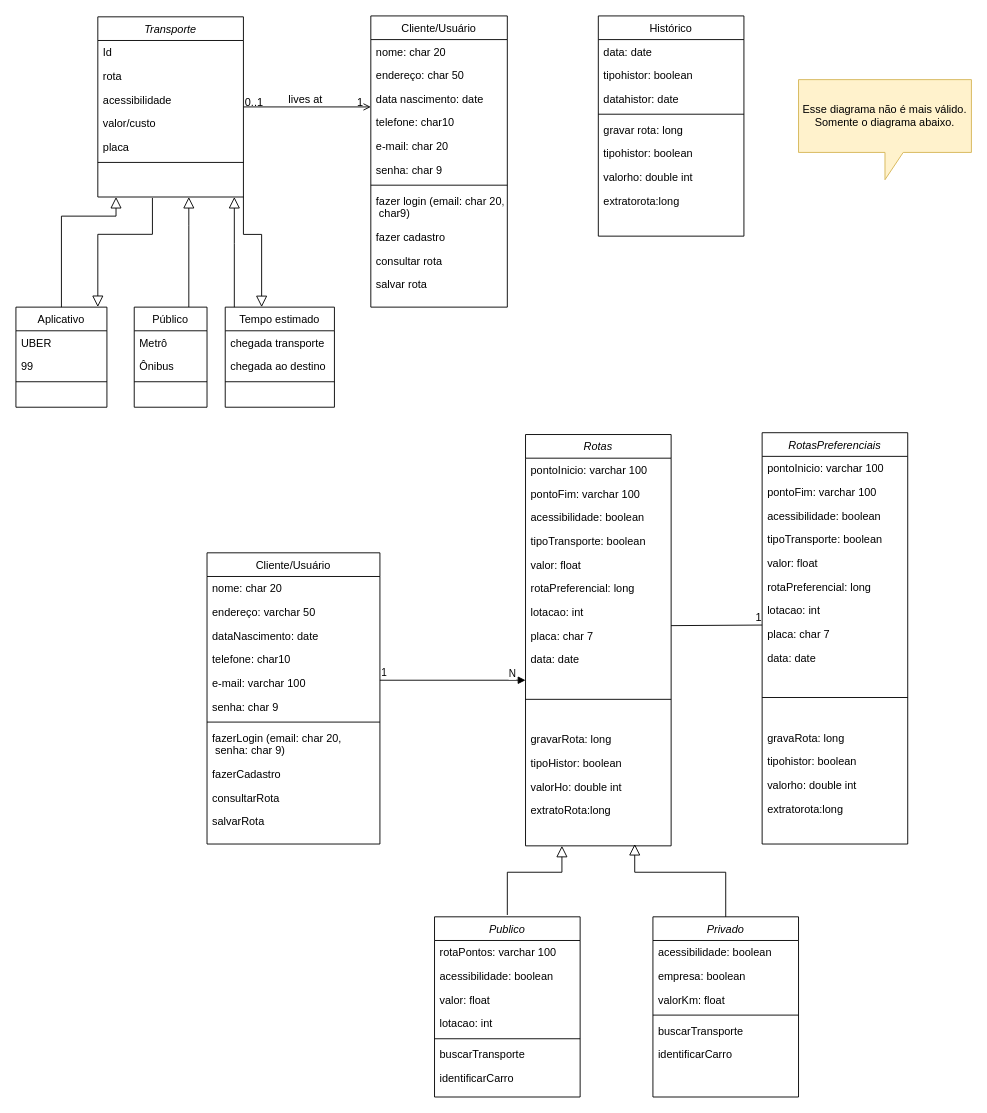
This is Diagrama de Classe - moovifast.drawio from appmoovifast/Documentacao, a draw.io file, before an edit. Source tidied: cells renumbered, new cells numbered last; positions are measured from the earlier drawing's top-left corner, leaving out a move shared by most shapes. Both pictures are drawn from the tidied source at 91%, with x=0, y=0 at pixel (15, 15).
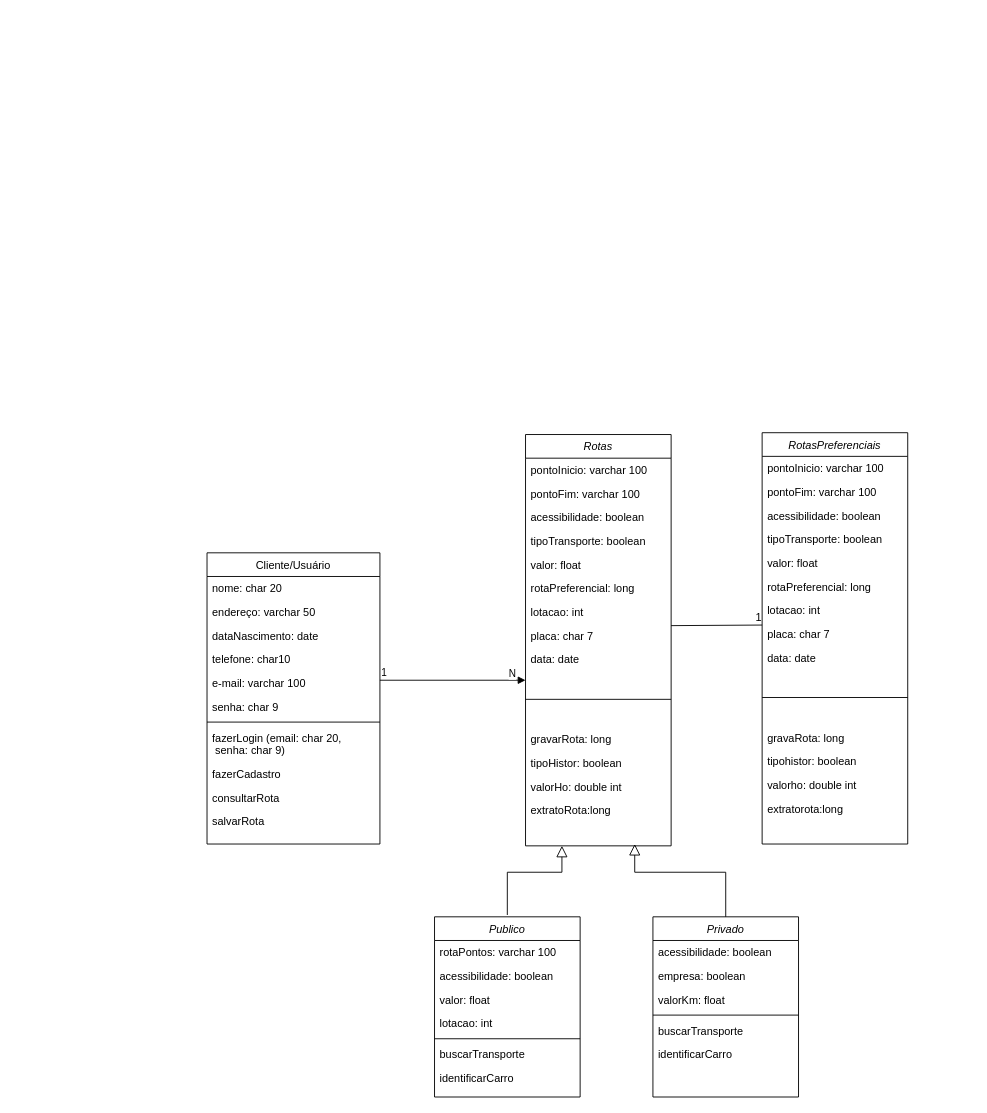
The same page after the edit.

Diff of the diagram source:
```diff
@@
-    <mxCell id="2" value="Transporte" style="swimlane;fontStyle=2;align=center;verticalAlign=top;horizontal=1;startSize=26;rounded=0;shadow=0;strokeWidth=1;" parent="1" vertex="1">
-      <mxGeometry x="90" y="1" width="160" height="198" as="geometry" />
-    </mxCell>
-    <mxCell id="3" value="Id" style="text;align=left;verticalAlign=top;spacingLeft=4;spacingRight=4;overflow=hidden;" parent="2" vertex="1">
-      <mxGeometry y="26" width="160" height="26" as="geometry" />
-    </mxCell>
-    <mxCell id="4" value="rota" style="text;align=left;verticalAlign=top;spacingLeft=4;spacingRight=4;overflow=hidden;rounded=0;shadow=0;html=0;" parent="2" vertex="1">
-      <mxGeometry y="52" width="160" height="26" as="geometry" />
-    </mxCell>
-    <mxCell id="5" value="acessibilidade" style="text;align=left;verticalAlign=top;spacingLeft=4;spacingRight=4;overflow=hidden;rounded=0;shadow=0;html=0;" parent="2" vertex="1">
-      <mxGeometry y="78" width="160" height="26" as="geometry" />
-    </mxCell>
-    <mxCell id="6" value="valor/custo" style="text;align=left;verticalAlign=top;spacingLeft=4;spacingRight=4;overflow=hidden;rounded=0;shadow=0;html=0;" parent="2" vertex="1">
-      <mxGeometry y="104" width="160" height="26" as="geometry" />
-    </mxCell>
-    <mxCell id="7" value="placa" style="text;align=left;verticalAlign=top;spacingLeft=4;spacingRight=4;overflow=hidden;rounded=0;shadow=0;html=0;" parent="2" vertex="1">
-      <mxGeometry y="130" width="160" height="26" as="geometry" />
-    </mxCell>
-    <mxCell id="8" style="line;html=1;strokeWidth=1;align=left;verticalAlign=middle;spacingTop=-1;spacingLeft=3;spacingRight=3;labelPosition=right;" parent="2" vertex="1">
-      <mxGeometry y="156" width="160" height="8" as="geometry" />
-    </mxCell>
-    <mxCell id="9" value="Aplicativo" style="swimlane;fontStyle=0;align=center;verticalAlign=top;horizontal=1;startSize=26;rounded=0;shadow=0;strokeWidth=1;" parent="1" vertex="1">
-      <mxGeometry y="320" width="100" height="110" as="geometry" />
-    </mxCell>
-    <mxCell id="10" value="UBER" style="text;align=left;verticalAlign=top;spacingLeft=4;spacingRight=4;overflow=hidden;" parent="9" vertex="1">
-      <mxGeometry y="26" width="100" height="26" as="geometry" />
-    </mxCell>
-    <mxCell id="11" value="99" style="text;align=left;verticalAlign=top;spacingLeft=4;spacingRight=4;overflow=hidden;rounded=0;shadow=0;html=0;" parent="9" vertex="1">
-      <mxGeometry y="52" width="100" height="26" as="geometry" />
-    </mxCell>
-    <mxCell id="12" style="line;html=1;strokeWidth=1;align=left;verticalAlign=middle;spacingTop=-1;spacingLeft=3;spacingRight=3;labelPosition=right;" parent="9" vertex="1">
-      <mxGeometry y="78" width="100" height="8" as="geometry" />
-    </mxCell>
-    <mxCell id="13" style="endArrow=block;endSize=10;endFill=0;shadow=0;strokeWidth=1;rounded=0;edgeStyle=elbowEdgeStyle;elbow=vertical;" parent="1" edge="1" source="9" target="2">
-      <mxGeometry relative="1" as="geometry">
-        <Array as="points">
-          <mxPoint x="110" y="220" />
-          <mxPoint x="120" y="230" />
-        </Array>
-      </mxGeometry>
-    </mxCell>
-    <mxCell id="14" value="Cliente/Usuário" style="swimlane;fontStyle=0;align=center;verticalAlign=top;horizontal=1;startSize=26;rounded=0;shadow=0;strokeWidth=1;" parent="1" vertex="1">
-      <mxGeometry x="390" width="150" height="320" as="geometry" />
-    </mxCell>
-    <mxCell id="15" value="nome: char 20" style="text;align=left;verticalAlign=top;spacingLeft=4;spacingRight=4;overflow=hidden;" parent="14" vertex="1">
-      <mxGeometry y="26" width="150" height="26" as="geometry" />
-    </mxCell>
-    <mxCell id="16" value="endereço: char 50" style="text;align=left;verticalAlign=top;spacingLeft=4;spacingRight=4;overflow=hidden;rounded=0;shadow=0;html=0;" parent="14" vertex="1">
-      <mxGeometry y="52" width="150" height="26" as="geometry" />
-    </mxCell>
-    <mxCell id="17" value="data nascimento: date" style="text;align=left;verticalAlign=top;spacingLeft=4;spacingRight=4;overflow=hidden;rounded=0;shadow=0;html=0;" parent="14" vertex="1">
-      <mxGeometry y="78" width="150" height="26" as="geometry" />
-    </mxCell>
-    <mxCell id="18" value="telefone: char10" style="text;align=left;verticalAlign=top;spacingLeft=4;spacingRight=4;overflow=hidden;rounded=0;shadow=0;html=0;" parent="14" vertex="1">
-      <mxGeometry y="104" width="150" height="26" as="geometry" />
-    </mxCell>
-    <mxCell id="19" value="e-mail: char 20" style="text;align=left;verticalAlign=top;spacingLeft=4;spacingRight=4;overflow=hidden;rounded=0;shadow=0;html=0;" parent="14" vertex="1">
-      <mxGeometry y="130" width="150" height="26" as="geometry" />
-    </mxCell>
-    <mxCell id="20" value="senha: char 9" style="text;align=left;verticalAlign=top;spacingLeft=4;spacingRight=4;overflow=hidden;rounded=0;shadow=0;html=0;" parent="14" vertex="1">
-      <mxGeometry y="156" width="150" height="26" as="geometry" />
-    </mxCell>
-    <mxCell id="21" style="line;html=1;strokeWidth=1;align=left;verticalAlign=middle;spacingTop=-1;spacingLeft=3;spacingRight=3;labelPosition=right;" parent="14" vertex="1">
-      <mxGeometry y="182" width="150" height="8" as="geometry" />
-    </mxCell>
-    <mxCell id="22" value="fazer login (email: char 20,&#10; char9)" style="text;align=left;verticalAlign=top;spacingLeft=4;spacingRight=4;overflow=hidden;" parent="14" vertex="1">
-      <mxGeometry y="190" width="150" height="40" as="geometry" />
-    </mxCell>
-    <mxCell id="23" value="fazer cadastro" style="text;align=left;verticalAlign=top;spacingLeft=4;spacingRight=4;overflow=hidden;" parent="14" vertex="1">
-      <mxGeometry y="230" width="150" height="26" as="geometry" />
-    </mxCell>
-    <mxCell id="24" value="consultar rota" style="text;align=left;verticalAlign=top;spacingLeft=4;spacingRight=4;overflow=hidden;" parent="14" vertex="1">
-      <mxGeometry y="256" width="150" height="26" as="geometry" />
-    </mxCell>
-    <mxCell id="25" value="salvar rota" style="text;align=left;verticalAlign=top;spacingLeft=4;spacingRight=4;overflow=hidden;" parent="14" vertex="1">
-      <mxGeometry y="282" width="150" height="26" as="geometry" />
-    </mxCell>
-    <mxCell id="26" style="endArrow=open;shadow=0;strokeWidth=1;rounded=0;endFill=1;edgeStyle=elbowEdgeStyle;elbow=vertical;" parent="1" edge="1" source="2" target="14">
-      <mxGeometry x="0.5" y="41" relative="1" as="geometry">
-        <mxPoint x="-40" y="32" as="offset" />
-      </mxGeometry>
-    </mxCell>
-    <mxCell id="27" value="0..1" style="align=left;verticalAlign=bottom;labelBackgroundColor=none;fontSize=12;" parent="26" vertex="1">
-      <mxGeometry x="-1" relative="1" as="geometry">
-        <mxPoint y="4" as="offset" />
-      </mxGeometry>
-    </mxCell>
-    <mxCell id="28" value="1" style="align=right;verticalAlign=bottom;labelBackgroundColor=none;fontSize=12;" parent="26" vertex="1">
-      <mxGeometry x="1" relative="1" as="geometry">
-        <mxPoint x="-7" y="4" as="offset" />
-      </mxGeometry>
-    </mxCell>
-    <mxCell id="29" value="lives at" style="text;html=1;align=center;verticalAlign=middle;labelBackgroundColor=none;rounded=0;shadow=0;strokeWidth=1;fontSize=12;" parent="26" vertex="1">
-      <mxGeometry x="0.5" y="49" relative="1" as="geometry">
-        <mxPoint x="-38" y="40" as="offset" />
-      </mxGeometry>
-    </mxCell>
-    <mxCell id="30" value="Histórico" style="swimlane;fontStyle=0;align=center;verticalAlign=top;horizontal=1;startSize=26;rounded=0;shadow=0;strokeWidth=1;" parent="1" vertex="1">
-      <mxGeometry x="640" width="160" height="242" as="geometry" />
-    </mxCell>
-    <mxCell id="31" value="data: date" style="text;align=left;verticalAlign=top;spacingLeft=4;spacingRight=4;overflow=hidden;" parent="30" vertex="1">
-      <mxGeometry y="26" width="160" height="26" as="geometry" />
-    </mxCell>
-    <mxCell id="32" value="tipohistor: boolean" style="text;align=left;verticalAlign=top;spacingLeft=4;spacingRight=4;overflow=hidden;rounded=0;shadow=0;html=0;" parent="30" vertex="1">
-      <mxGeometry y="52" width="160" height="26" as="geometry" />
-    </mxCell>
-    <mxCell id="33" value="datahistor: date" style="text;align=left;verticalAlign=top;spacingLeft=4;spacingRight=4;overflow=hidden;rounded=0;shadow=0;html=0;" parent="30" vertex="1">
-      <mxGeometry y="78" width="160" height="26" as="geometry" />
-    </mxCell>
-    <mxCell id="34" style="line;html=1;strokeWidth=1;align=left;verticalAlign=middle;spacingTop=-1;spacingLeft=3;spacingRight=3;labelPosition=right;" parent="30" vertex="1">
-      <mxGeometry y="104" width="160" height="8" as="geometry" />
-    </mxCell>
-    <mxCell id="35" value="gravar rota: long" style="text;align=left;verticalAlign=top;spacingLeft=4;spacingRight=4;overflow=hidden;" parent="30" vertex="1">
-      <mxGeometry y="112" width="160" height="26" as="geometry" />
-    </mxCell>
-    <mxCell id="36" value="tipohistor: boolean" style="text;align=left;verticalAlign=top;spacingLeft=4;spacingRight=4;overflow=hidden;" parent="30" vertex="1">
-      <mxGeometry y="138" width="160" height="26" as="geometry" />
-    </mxCell>
-    <mxCell id="37" value="valorho: double int" style="text;align=left;verticalAlign=top;spacingLeft=4;spacingRight=4;overflow=hidden;" parent="30" vertex="1">
-      <mxGeometry y="164" width="160" height="26" as="geometry" />
-    </mxCell>
-    <mxCell id="38" value="extratorota:long" style="text;align=left;verticalAlign=top;spacingLeft=4;spacingRight=4;overflow=hidden;" parent="30" vertex="1">
-      <mxGeometry y="190" width="160" height="26" as="geometry" />
-    </mxCell>
-    <mxCell id="39" style="endArrow=block;endSize=10;endFill=0;shadow=0;strokeWidth=1;rounded=0;edgeStyle=elbowEdgeStyle;elbow=vertical;" parent="1" edge="1">
-      <mxGeometry relative="1" as="geometry">
-        <mxPoint x="190" y="320" as="sourcePoint" />
-        <mxPoint x="190" y="199" as="targetPoint" />
-        <Array as="points">
-          <mxPoint x="190" y="230" />
-        </Array>
-      </mxGeometry>
-    </mxCell>
-    <mxCell id="40" value="Público" style="swimlane;fontStyle=0;align=center;verticalAlign=top;horizontal=1;startSize=26;rounded=0;shadow=0;strokeWidth=1;" parent="1" vertex="1">
-      <mxGeometry x="130" y="320" width="80" height="110" as="geometry" />
-    </mxCell>
-    <mxCell id="41" value="Metrô" style="text;align=left;verticalAlign=top;spacingLeft=4;spacingRight=4;overflow=hidden;" parent="40" vertex="1">
-      <mxGeometry y="26" width="80" height="26" as="geometry" />
-    </mxCell>
-    <mxCell id="42" value="Ônibus" style="text;align=left;verticalAlign=top;spacingLeft=4;spacingRight=4;overflow=hidden;rounded=0;shadow=0;html=0;" parent="40" vertex="1">
-      <mxGeometry y="52" width="80" height="26" as="geometry" />
-    </mxCell>
-    <mxCell id="43" style="line;html=1;strokeWidth=1;align=left;verticalAlign=middle;spacingTop=-1;spacingLeft=3;spacingRight=3;labelPosition=right;" parent="40" vertex="1">
-      <mxGeometry y="78" width="80" height="8" as="geometry" />
-    </mxCell>
-    <mxCell id="44" style="endArrow=block;endSize=10;endFill=0;shadow=0;strokeWidth=1;rounded=0;edgeStyle=elbowEdgeStyle;elbow=vertical;entryX=0.9;entryY=-0.001;entryDx=0;entryDy=0;entryPerimeter=0;" parent="1" edge="1" target="9">
-      <mxGeometry relative="1" as="geometry">
-        <mxPoint x="150" y="200" as="sourcePoint" />
-        <Array as="points">
-          <mxPoint x="130" y="240" />
-        </Array>
-      </mxGeometry>
-    </mxCell>
-    <mxCell id="45" value="Tempo estimado" style="swimlane;fontStyle=0;align=center;verticalAlign=top;horizontal=1;startSize=26;rounded=0;shadow=0;strokeWidth=1;" parent="1" vertex="1">
-      <mxGeometry x="230" y="320" width="120" height="110" as="geometry" />
-    </mxCell>
-    <mxCell id="46" value="chegada transporte" style="text;align=left;verticalAlign=top;spacingLeft=4;spacingRight=4;overflow=hidden;" parent="45" vertex="1">
-      <mxGeometry y="26" width="120" height="26" as="geometry" />
-    </mxCell>
-    <mxCell id="47" value="chegada ao destino" style="text;align=left;verticalAlign=top;spacingLeft=4;spacingRight=4;overflow=hidden;rounded=0;shadow=0;html=0;" parent="45" vertex="1">
-      <mxGeometry y="52" width="120" height="26" as="geometry" />
-    </mxCell>
-    <mxCell id="48" style="line;html=1;strokeWidth=1;align=left;verticalAlign=middle;spacingTop=-1;spacingLeft=3;spacingRight=3;labelPosition=right;" parent="45" vertex="1">
-      <mxGeometry y="78" width="120" height="8" as="geometry" />
-    </mxCell>
-    <mxCell id="49" style="endArrow=block;endSize=10;endFill=0;shadow=0;strokeWidth=1;rounded=0;edgeStyle=elbowEdgeStyle;elbow=vertical;" parent="1" edge="1">
-      <mxGeometry relative="1" as="geometry">
-        <mxPoint x="240" y="320" as="sourcePoint" />
-        <mxPoint x="240" y="199" as="targetPoint" />
-        <Array as="points">
-          <mxPoint x="220" y="250" />
-        </Array>
-      </mxGeometry>
-    </mxCell>
-    <mxCell id="50" style="endArrow=block;endSize=10;endFill=0;shadow=0;strokeWidth=1;rounded=0;edgeStyle=elbowEdgeStyle;elbow=vertical;entryX=0.9;entryY=-0.001;entryDx=0;entryDy=0;entryPerimeter=0;exitX=1;exitY=1;exitDx=0;exitDy=0;" parent="1" edge="1" source="2">
-      <mxGeometry relative="1" as="geometry">
-        <mxPoint x="270" y="320" as="targetPoint" />
-        <Array as="points">
-          <mxPoint x="310" y="240.1" />
-        </Array>
-      </mxGeometry>
-    </mxCell>
@@
-    <mxCell id="114" value="Esse diagrama não é mais válido. Somente o diagrama abaixo." style="shape=callout;whiteSpace=wrap;html=1;perimeter=calloutPerimeter;fillColor=#fff2cc;strokeColor=#d6b656;" parent="1" vertex="1">
-      <mxGeometry x="860" y="70" width="190" height="110" as="geometry" />
-    </mxCell>
```
